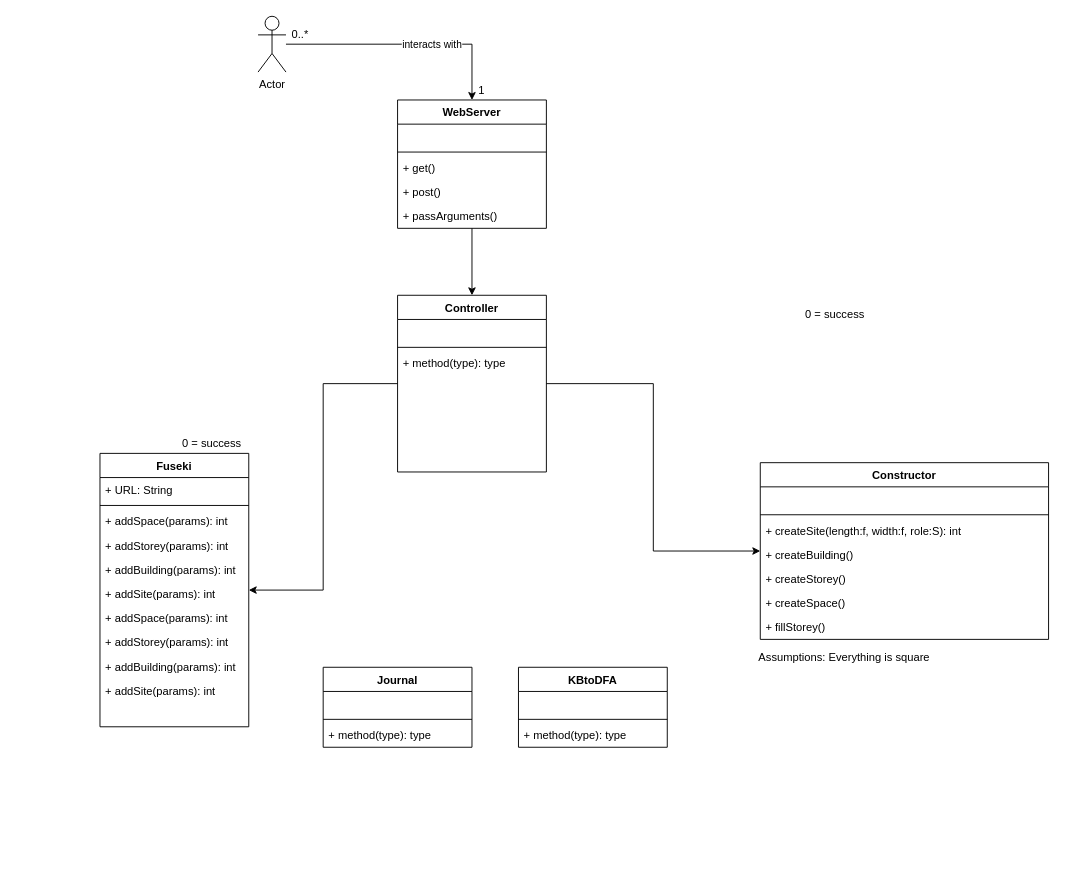
Hallvaeb/automation-p2-construction-knowledge-base keeps this draw.io diagram as page "Design Class Diagram" (7 of 8) of Diagrams/Diagrams.drawio. Above is the earlier version. Source tidied: cells renumbered, new cells numbered last; positions are measured from the earlier drawing's top-left corner, leaving out a move shared by most shapes. Both pictures are drawn from the tidied source at 93%, with x=0, y=0 at pixel (100, 16).
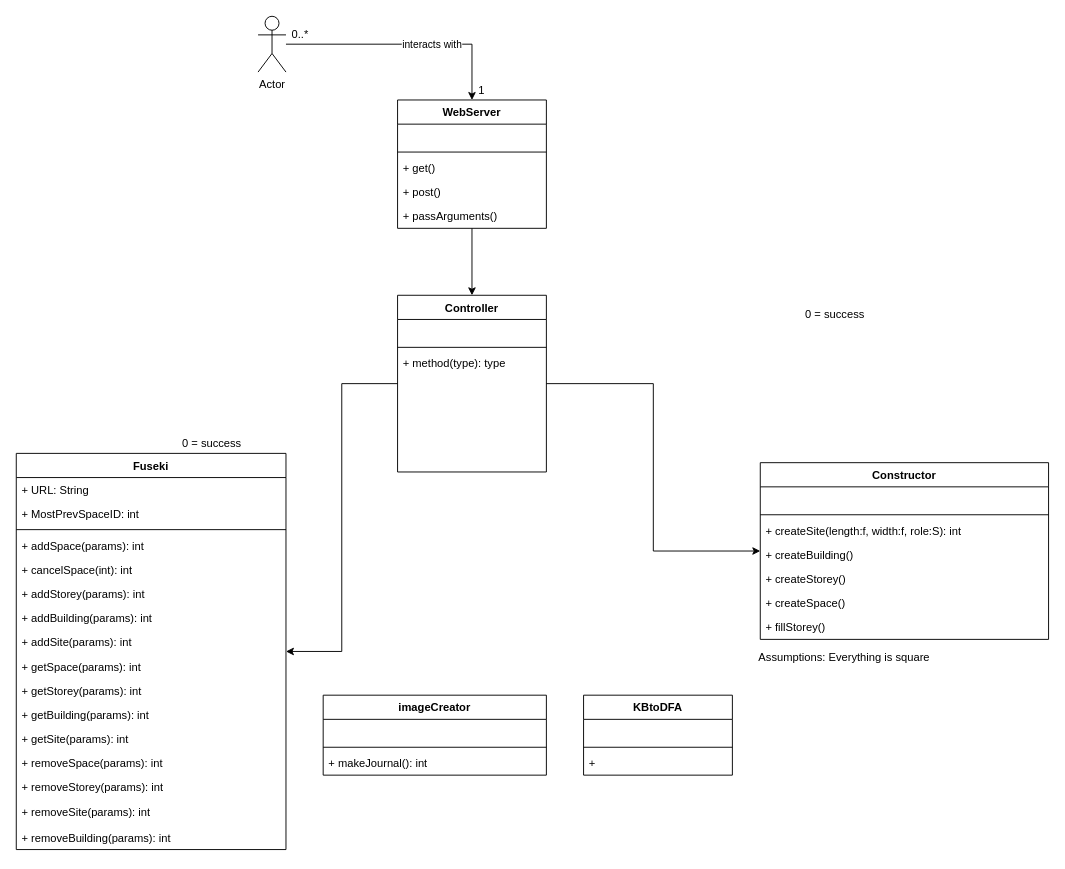
After the change.

The edit, as a diff of the source:
```diff
@@
     <mxCell id="18" value="Fuseki" style="swimlane;fontStyle=1;align=center;verticalAlign=top;horizontal=1;startSize=26;strokeColor=default;fillColor=default;" parent="1" vertex="1">
-      <mxGeometry y="470" width="160" height="294" as="geometry" />
+      <mxGeometry x="-90" y="470" width="290" height="426" as="geometry" />
     </mxCell>
     <mxCell id="19" value="+ URL: String" style="text;strokeColor=none;fillColor=none;align=left;verticalAlign=top;spacingLeft=4;spacingRight=4;overflow=hidden;" parent="18" vertex="1">
-      <mxGeometry y="26" width="160" height="26" as="geometry" />
+      <mxGeometry y="26" width="290" height="26" as="geometry" />
     </mxCell>
+    <mxCell id="55" value="+ MostPrevSpaceID: int" style="text;strokeColor=none;fillColor=none;align=left;verticalAlign=top;spacingLeft=4;spacingRight=4;overflow=hidden;" parent="18" vertex="1">
+      <mxGeometry y="52" width="290" height="26" as="geometry" />
+    </mxCell>
     <mxCell id="20" style="line;strokeWidth=1;fillColor=none;align=left;verticalAlign=middle;spacingTop=-1;spacingLeft=3;spacingRight=3;labelPosition=right;" parent="18" vertex="1">
-      <mxGeometry y="52" width="160" height="8" as="geometry" />
+      <mxGeometry y="78" width="290" height="8" as="geometry" />
     </mxCell>
     <mxCell id="21" value="+ addSpace(params): int" style="text;strokeColor=none;fillColor=none;align=left;verticalAlign=top;spacingLeft=4;spacingRight=4;overflow=hidden;" parent="18" vertex="1">
-      <mxGeometry y="60" width="160" height="26" as="geometry" />
+      <mxGeometry y="86" width="290" height="26" as="geometry" />
     </mxCell>
+    <mxCell id="56" value="+ cancelSpace(int): int" style="text;strokeColor=none;fillColor=none;align=left;verticalAlign=top;spacingLeft=4;spacingRight=4;overflow=hidden;" parent="18" vertex="1">
+      <mxGeometry y="112" width="290" height="26" as="geometry" />
+    </mxCell>
     <mxCell id="22" value="+ addStorey(params): int" style="text;strokeColor=none;fillColor=none;align=left;verticalAlign=top;spacingLeft=4;spacingRight=4;overflow=hidden;" parent="18" vertex="1">
-      <mxGeometry y="86" width="160" height="26" as="geometry" />
+      <mxGeometry y="138" width="290" height="26" as="geometry" />
     </mxCell>
     <mxCell id="23" value="+ addBuilding(params): int" style="text;strokeColor=none;fillColor=none;align=left;verticalAlign=top;spacingLeft=4;spacingRight=4;overflow=hidden;" parent="18" vertex="1">
-      <mxGeometry y="112" width="160" height="26" as="geometry" />
+      <mxGeometry y="164" width="290" height="26" as="geometry" />
     </mxCell>
     <mxCell id="24" value="+ addSite(params): int" style="text;strokeColor=none;fillColor=none;align=left;verticalAlign=top;spacingLeft=4;spacingRight=4;overflow=hidden;" parent="18" vertex="1">
-      <mxGeometry y="138" width="160" height="26" as="geometry" />
+      <mxGeometry y="190" width="290" height="26" as="geometry" />
     </mxCell>
-    <mxCell id="25" value="+ addSpace(params): int" style="text;strokeColor=none;fillColor=none;align=left;verticalAlign=top;spacingLeft=4;spacingRight=4;overflow=hidden;" parent="18" vertex="1">
-      <mxGeometry y="164" width="160" height="26" as="geometry" />
+    <mxCell id="25" value="+ getSpace(params): int" style="text;strokeColor=none;fillColor=none;align=left;verticalAlign=top;spacingLeft=4;spacingRight=4;overflow=hidden;" parent="18" vertex="1">
+      <mxGeometry y="216" width="290" height="26" as="geometry" />
     </mxCell>
-    <mxCell id="26" value="+ addStorey(params): int" style="text;strokeColor=none;fillColor=none;align=left;verticalAlign=top;spacingLeft=4;spacingRight=4;overflow=hidden;" parent="18" vertex="1">
-      <mxGeometry y="190" width="160" height="26" as="geometry" />
+    <mxCell id="26" value="+ getStorey(params): int" style="text;strokeColor=none;fillColor=none;align=left;verticalAlign=top;spacingLeft=4;spacingRight=4;overflow=hidden;" parent="18" vertex="1">
+      <mxGeometry y="242" width="290" height="26" as="geometry" />
     </mxCell>
-    <mxCell id="27" value="+ addBuilding(params): int" style="text;strokeColor=none;fillColor=none;align=left;verticalAlign=top;spacingLeft=4;spacingRight=4;overflow=hidden;" parent="18" vertex="1">
-      <mxGeometry y="216" width="160" height="26" as="geometry" />
+    <mxCell id="27" value="+ getBuilding(params): int" style="text;strokeColor=none;fillColor=none;align=left;verticalAlign=top;spacingLeft=4;spacingRight=4;overflow=hidden;" parent="18" vertex="1">
+      <mxGeometry y="268" width="290" height="26" as="geometry" />
     </mxCell>
-    <mxCell id="28" value="+ addSite(params): int" style="text;strokeColor=none;fillColor=none;align=left;verticalAlign=top;spacingLeft=4;spacingRight=4;overflow=hidden;" parent="18" vertex="1">
-      <mxGeometry y="242" width="160" height="26" as="geometry" />
+    <mxCell id="28" value="+ getSite(params): int" style="text;strokeColor=none;fillColor=none;align=left;verticalAlign=top;spacingLeft=4;spacingRight=4;overflow=hidden;" parent="18" vertex="1">
+      <mxGeometry y="294" width="290" height="26" as="geometry" />
     </mxCell>
-    <mxCell id="29" style="text;strokeColor=none;fillColor=none;align=left;verticalAlign=top;spacingLeft=4;spacingRight=4;overflow=hidden;" parent="18" vertex="1">
-      <mxGeometry y="268" width="160" height="26" as="geometry" />
-    </mxCell>
+    <mxCell id="57" value="+ removeSpace(params): int" style="text;strokeColor=none;fillColor=none;align=left;verticalAlign=top;spacingLeft=4;spacingRight=4;overflow=hidden;" parent="18" vertex="1">
+      <mxGeometry y="320" width="290" height="26" as="geometry" />
+    </mxCell>
+    <mxCell id="58" value="+ removeStorey(params): int" style="text;strokeColor=none;fillColor=none;align=left;verticalAlign=top;spacingLeft=4;spacingRight=4;overflow=hidden;" parent="18" vertex="1">
+      <mxGeometry y="346" width="290" height="26" as="geometry" />
+    </mxCell>
+    <mxCell id="59" value="+ removeSite(params): int" style="text;strokeColor=none;fillColor=none;align=left;verticalAlign=top;spacingLeft=4;spacingRight=4;overflow=hidden;" parent="18" vertex="1">
+      <mxGeometry y="372" width="290" height="28" as="geometry" />
+    </mxCell>
+    <mxCell id="60" value="+ removeBuilding(params): int" style="text;strokeColor=none;fillColor=none;align=left;verticalAlign=top;spacingLeft=4;spacingRight=4;overflow=hidden;" parent="18" vertex="1">
+      <mxGeometry y="400" width="290" height="26" as="geometry" />
+    </mxCell>
@@
-    <mxCell id="44" value="Journal" style="swimlane;fontStyle=1;align=center;verticalAlign=top;horizontal=1;startSize=26;strokeColor=default;fillColor=default;" parent="1" vertex="1">
-      <mxGeometry x="240" y="700" width="160" height="86" as="geometry" />
+    <mxCell id="44" value="imageCreator" style="swimlane;fontStyle=1;align=center;verticalAlign=top;horizontal=1;startSize=26;strokeColor=default;fillColor=default;" parent="1" vertex="1">
+      <mxGeometry x="240" y="730" width="240" height="86" as="geometry" />
     </mxCell>
     <mxCell id="45" style="text;strokeColor=none;fillColor=none;align=left;verticalAlign=top;spacingLeft=4;spacingRight=4;overflow=hidden;" parent="44" vertex="1">
-      <mxGeometry y="26" width="160" height="26" as="geometry" />
+      <mxGeometry y="26" width="240" height="26" as="geometry" />
     </mxCell>
     <mxCell id="46" style="line;strokeWidth=1;fillColor=none;align=left;verticalAlign=middle;spacingTop=-1;spacingLeft=3;spacingRight=3;labelPosition=right;" parent="44" vertex="1">
-      <mxGeometry y="52" width="160" height="8" as="geometry" />
+      <mxGeometry y="52" width="240" height="8" as="geometry" />
     </mxCell>
-    <mxCell id="47" value="+ method(type): type" style="text;strokeColor=none;fillColor=none;align=left;verticalAlign=top;spacingLeft=4;spacingRight=4;overflow=hidden;" parent="44" vertex="1">
-      <mxGeometry y="60" width="160" height="26" as="geometry" />
+    <mxCell id="47" value="+ makeJournal(): int" style="text;strokeColor=none;fillColor=none;align=left;verticalAlign=top;spacingLeft=4;spacingRight=4;overflow=hidden;" parent="44" vertex="1">
+      <mxGeometry y="60" width="240" height="26" as="geometry" />
     </mxCell>
     <mxCell id="48" value="KBtoDFA" style="swimlane;fontStyle=1;align=center;verticalAlign=top;horizontal=1;startSize=26;strokeColor=default;fillColor=default;" parent="1" vertex="1">
-      <mxGeometry x="450" y="700" width="160" height="86" as="geometry" />
+      <mxGeometry x="520" y="730" width="160" height="86" as="geometry" />
     </mxCell>
@@
-    <mxCell id="51" value="+ method(type): type" style="text;strokeColor=none;fillColor=none;align=left;verticalAlign=top;spacingLeft=4;spacingRight=4;overflow=hidden;" parent="48" vertex="1">
+    <mxCell id="51" value="+ " style="text;strokeColor=none;fillColor=none;align=left;verticalAlign=top;spacingLeft=4;spacingRight=4;overflow=hidden;" parent="48" vertex="1">
       <mxGeometry y="60" width="160" height="26" as="geometry" />
     </mxCell>
```
